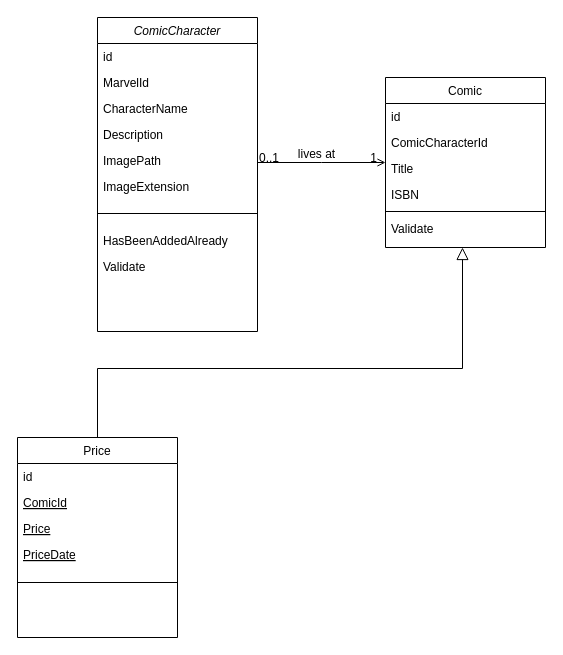
Above: ComicDataFlow.drawio in mattwatts36/drawings (draw.io), before the change. Source tidied: cells renumbered, new cells numbered last; positions are measured from the earlier drawing's top-left corner, leaving out a move shared by most shapes. Both pictures are drawn from the tidied source at 100%, with x=0, y=0 at pixel (17, 17).
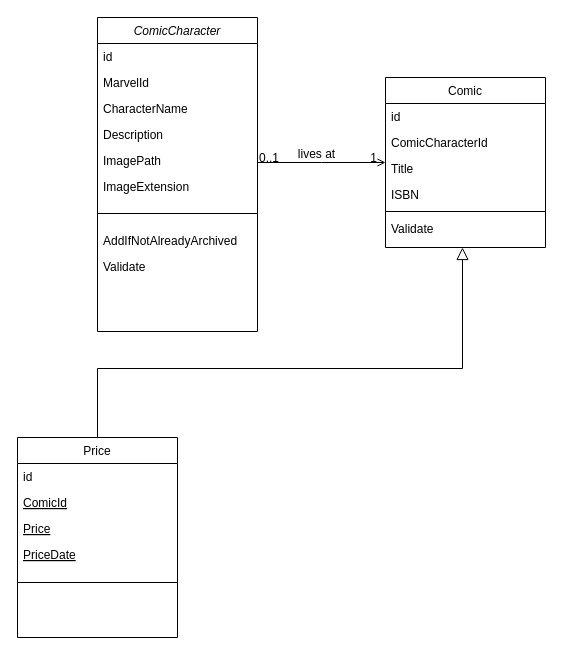
The same diagram, later.

Commit message:
Added method name AddIfNotAlreadyArchived

Unchanged cells that the change refers to:
```xml
<mxCell id="2" value="ComicCharacter" style="swimlane;fontStyle=2;align=center;verticalAlign=top;horizontal=1;startSize=26;rounded=0;shadow=0;strokeWidth=1;" parent="1" vertex="1">
  <mxGeometry x="80" width="160" height="314" as="geometry" />
</mxCell>
```

The edit, as a diff of the source:
```diff
@@
-    <mxCell id="10" value="HasBeenAddedAlready" style="text;align=left;verticalAlign=top;spacingLeft=4;spacingRight=4;overflow=hidden;rounded=0;shadow=0;html=0;" parent="2" vertex="1">
+    <mxCell id="10" value="AddIfNotAlreadyArchived" style="text;align=left;verticalAlign=top;spacingLeft=4;spacingRight=4;overflow=hidden;rounded=0;shadow=0;html=0;" parent="2" vertex="1">
       <mxGeometry y="210" width="160" height="26" as="geometry" />
     </mxCell>
```
